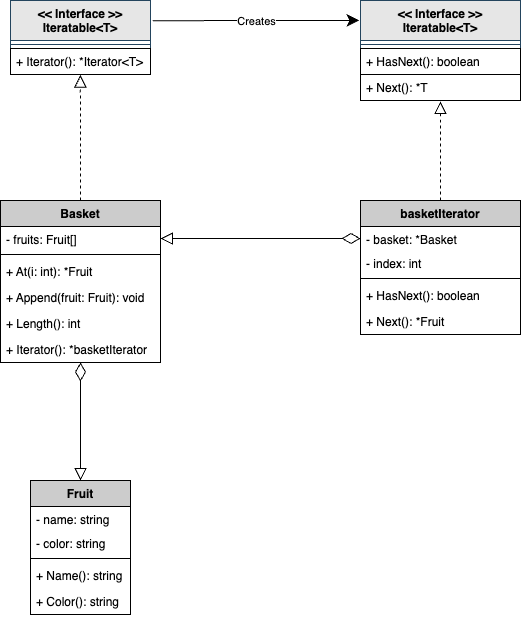
Before: internal/patterns/iterator/.docs/class-diagram.drawio.png, a diagram exported from draw.io (sh-yamaga/design-patterns-go). Source tidied: cells renumbered, new cells last; positions are measured from the earlier drawing's top-left corner, leaving out a move shared by most shapes.
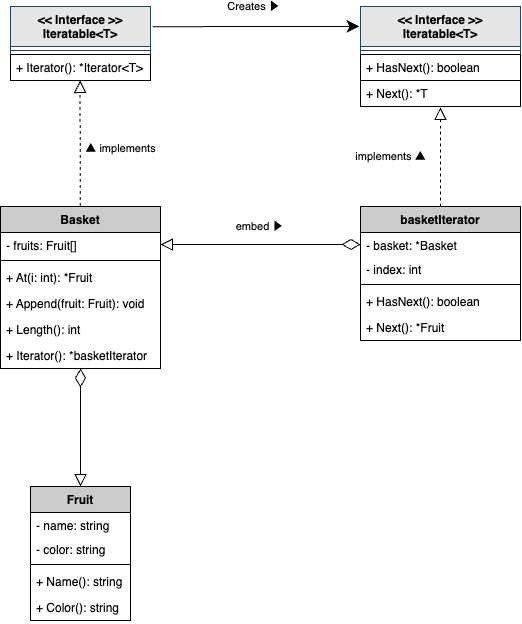
The same diagram one commit later.

Commit message:
[update]#iterator_update class diagram

Change to the diagram source:
```diff
@@ -26,8 +26,10 @@
     <mxCell id="9" style="endArrow=classic;html=1;strokeColor=#000000;fontColor=#000000;exitX=1.016;exitY=0.273;exitDx=0;exitDy=0;exitPerimeter=0;entryX=-0.007;entryY=0.199;entryDx=0;entryDy=0;entryPerimeter=0;endSize=10;" parent="1" edge="1" source="2" target="5">
       <mxGeometry relative="1" as="geometry" />
     </mxCell>
-    <mxCell id="10" value="Creates" style="edgeLabel;html=1;align=center;verticalAlign=middle;labelBackgroundColor=#FFFFFF;strokeColor=#000000;fontColor=#000000;fillColor=none;" parent="9" vertex="1">
-      <mxGeometry relative="1" as="geometry" />
+    <mxCell id="10" value="Creates ▶︎" style="edgeLabel;html=1;align=center;verticalAlign=middle;labelBackgroundColor=#FFFFFF;strokeColor=#000000;fontColor=#000000;fillColor=none;" parent="9" vertex="1">
+      <mxGeometry relative="1" as="geometry">
+        <mxPoint x="-3" y="-20" as="offset" />
+      </mxGeometry>
     </mxCell>
     <mxCell id="11" value="Basket" style="swimlane;fontStyle=1;align=center;verticalAlign=top;horizontal=1;startSize=26;fillColor=#CCCCCC;fontColor=#000000;strokeColor=#000000;" parent="1" vertex="1">
       <mxGeometry y="200" width="160" height="162" as="geometry" />
@@ -86,15 +88,28 @@
     <mxCell id="29" value="+ Next(): *Fruit" style="text;strokeColor=none;fillColor=none;align=left;verticalAlign=top;spacingLeft=4;spacingRight=4;overflow=hidden;fontColor=#000000;" parent="24" vertex="1">
       <mxGeometry y="108" width="160" height="26" as="geometry" />
     </mxCell>
-    <mxCell id="30" style="endArrow=block;html=1;fontColor=#000000;entryX=0.499;entryY=1.022;entryDx=0;entryDy=0;entryPerimeter=0;exitX=0.5;exitY=0;exitDx=0;exitDy=0;strokeColor=#000000;endFill=0;endSize=10;dashed=1;" parent="1" edge="1" source="11" target="4">
-      <mxGeometry relative="1" as="geometry" />
+    <mxCell id="30" style="endArrow=block;html=1;fontColor=#000000;entryX=0.499;entryY=1.022;entryDx=0;entryDy=0;entryPerimeter=0;exitX=0.5;exitY=0;exitDx=0;exitDy=0;strokeColor=#000000;endFill=0;endSize=10;dashed=1;" parent="1" edge="1">
+      <mxGeometry relative="1" as="geometry">
+        <mxPoint x="79.7" y="199.4" as="sourcePoint" />
+        <mxPoint x="79.6" y="74" as="targetPoint" />
+      </mxGeometry>
     </mxCell>
+    <mxCell id="34" value="▲ implements" style="edgeLabel;html=1;align=center;verticalAlign=middle;" parent="30" vertex="1">
+      <mxGeometry x="-0.08" y="1" relative="1" as="geometry">
+        <mxPoint x="41" as="offset" />
+      </mxGeometry>
+    </mxCell>
-    <mxCell id="31" style="endArrow=block;html=1;fontColor=#000000;entryX=0.5;entryY=1.038;entryDx=0;entryDy=0;entryPerimeter=0;exitX=0.5;exitY=0;exitDx=0;exitDy=0;strokeColor=#000000;endFill=0;endSize=10;dashed=1;" parent="1" edge="1" source="24" target="8">
-      <mxGeometry relative="1" as="geometry" />
+    <mxCell id="31" value="&lt;span style=&quot;color: rgb(0, 0, 0);&quot;&gt;implements&amp;nbsp;&lt;/span&gt;&lt;span style=&quot;color: rgb(0, 0, 0);&quot;&gt;▲&lt;/span&gt;" style="endArrow=block;html=1;fontColor=#000000;entryX=0.5;entryY=1.038;entryDx=0;entryDy=0;entryPerimeter=0;exitX=0.5;exitY=0;exitDx=0;exitDy=0;strokeColor=#000000;endFill=0;endSize=10;dashed=1;" parent="1" edge="1" source="24" target="8">
+      <mxGeometry x="0.01" y="50" relative="1" as="geometry" />
     </mxCell>
     <mxCell id="32" style="endArrow=block;html=1;fontColor=#000000;strokeColor=#000000;endFill=0;endSize=10;startArrow=diamondThin;startFill=0;startSize=16;exitX=0;exitY=0.5;exitDx=0;exitDy=0;entryX=1;entryY=0.5;entryDx=0;entryDy=0;" parent="1" edge="1" source="25" target="12">
       <mxGeometry relative="1" as="geometry" />
     </mxCell>
+    <mxCell id="35" value="&lt;span style=&quot;color: rgb(0, 0, 0);&quot;&gt;embed ▶︎&lt;/span&gt;" style="edgeLabel;html=1;align=center;verticalAlign=middle;" parent="32" vertex="1">
+      <mxGeometry x="0.01" y="1" relative="1" as="geometry">
+        <mxPoint y="-19" as="offset" />
+      </mxGeometry>
+    </mxCell>
     <mxCell id="33" style="endArrow=block;html=1;fontColor=#000000;strokeColor=#000000;endFill=0;endSize=10;startArrow=diamondThin;startFill=0;startSize=16;entryX=0.5;entryY=0;entryDx=0;entryDy=0;" parent="1" edge="1" source="17" target="18">
       <mxGeometry relative="1" as="geometry" />
     </mxCell>
```
